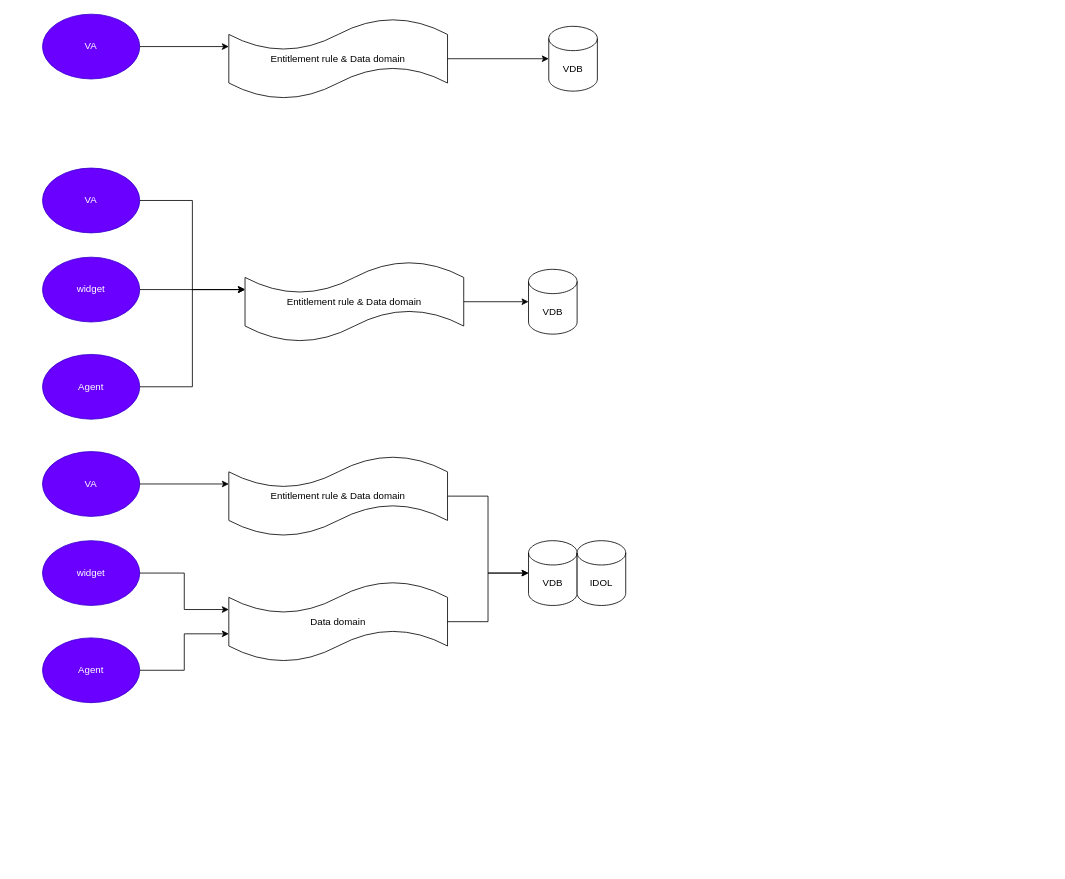
Earlier version of the draw.io diagram LLM/translate.drawio (Ice-YcY/Diagram). Source tidied: cells renumbered, new cells numbered last; positions are measured from the earlier drawing's top-left corner, leaving out a move shared by most shapes. Both pictures are drawn from the tidied source at 81%, with x=0, y=0 at pixel (42, 14).
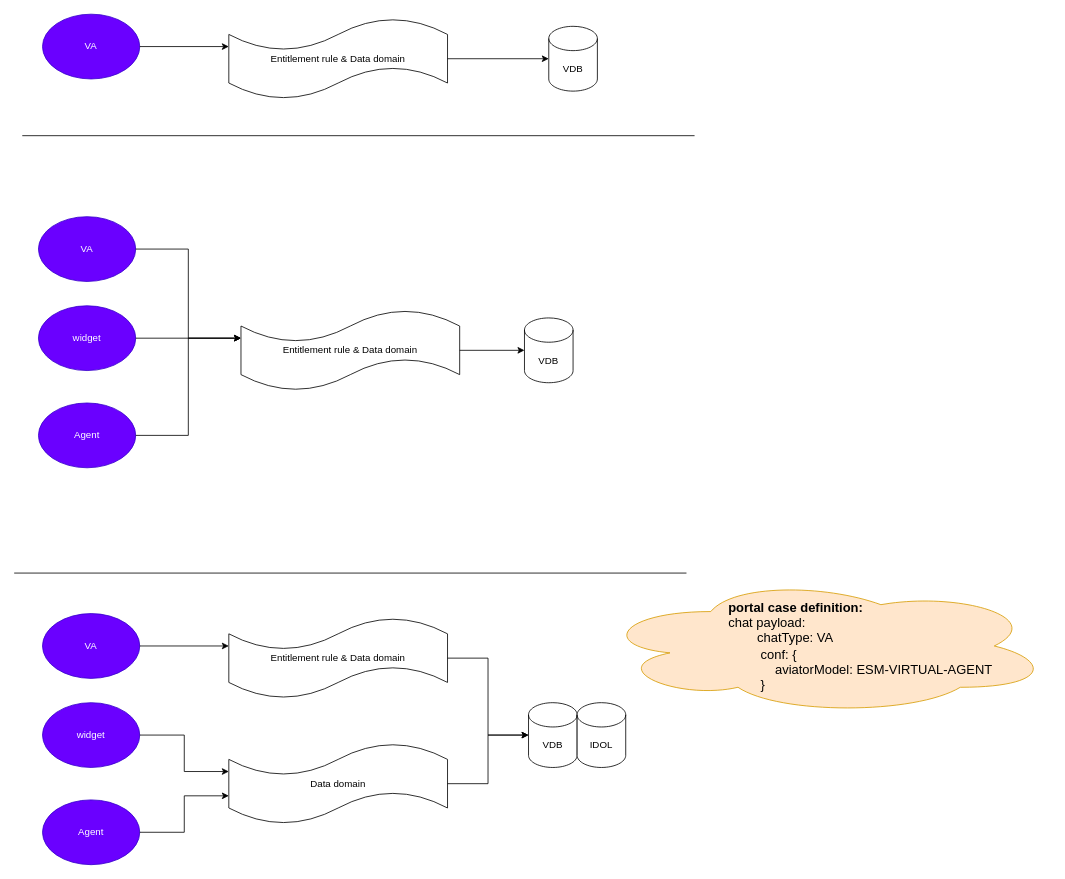
The same diagram, later.

The edit, as a diff of the source:
```diff
@@
     <mxCell id="2" value="VA" style="ellipse;whiteSpace=wrap;html=1;fillColor=#6a00ff;fontColor=#ffffff;strokeColor=#3700CC;" parent="1" vertex="1">
-      <mxGeometry y="540" width="120" height="80" as="geometry" />
+      <mxGeometry y="740" width="120" height="80" as="geometry" />
     </mxCell>
     <mxCell id="3" value="widget" style="ellipse;whiteSpace=wrap;html=1;fillColor=#6a00ff;fontColor=#ffffff;strokeColor=#3700CC;" parent="1" vertex="1">
-      <mxGeometry y="650" width="120" height="80" as="geometry" />
+      <mxGeometry y="850" width="120" height="80" as="geometry" />
     </mxCell>
     <mxCell id="4" value="Agent" style="ellipse;whiteSpace=wrap;html=1;fillColor=#6a00ff;fontColor=#ffffff;strokeColor=#3700CC;" parent="1" vertex="1">
-      <mxGeometry y="770" width="120" height="80" as="geometry" />
+      <mxGeometry y="970" width="120" height="80" as="geometry" />
     </mxCell>
     <mxCell id="5" value="Entitlement rule &amp;amp; Data domain" style="shape=tape;whiteSpace=wrap;html=1;" parent="1" vertex="1">
-      <mxGeometry x="230" y="545" width="270" height="100" as="geometry" />
+      <mxGeometry x="230" y="745" width="270" height="100" as="geometry" />
     </mxCell>
     <mxCell id="6" value="VDB" style="shape=cylinder3;whiteSpace=wrap;html=1;boundedLbl=1;backgroundOutline=1;size=15;" parent="1" vertex="1">
-      <mxGeometry x="600" y="650" width="60" height="80" as="geometry" />
+      <mxGeometry x="600" y="850" width="60" height="80" as="geometry" />
     </mxCell>
@@
     <mxCell id="11" value="Data domain" style="shape=tape;whiteSpace=wrap;html=1;" parent="1" vertex="1">
-      <mxGeometry x="230" y="700" width="270" height="100" as="geometry" />
+      <mxGeometry x="230" y="900" width="270" height="100" as="geometry" />
     </mxCell>
@@
     <mxCell id="13" value="IDOL" style="shape=cylinder3;whiteSpace=wrap;html=1;boundedLbl=1;backgroundOutline=1;size=15;" parent="1" vertex="1">
-      <mxGeometry x="660" y="650" width="60" height="80" as="geometry" />
+      <mxGeometry x="660" y="850" width="60" height="80" as="geometry" />
     </mxCell>
     <mxCell id="14" value="VA" style="ellipse;whiteSpace=wrap;html=1;fillColor=#6a00ff;fontColor=#ffffff;strokeColor=#3700CC;" parent="1" vertex="1">
-      <mxGeometry y="190" width="120" height="80" as="geometry" />
+      <mxGeometry x="-5" y="250" width="120" height="80" as="geometry" />
     </mxCell>
     <mxCell id="15" value="widget" style="ellipse;whiteSpace=wrap;html=1;fillColor=#6a00ff;fontColor=#ffffff;strokeColor=#3700CC;" parent="1" vertex="1">
-      <mxGeometry y="300" width="120" height="80" as="geometry" />
+      <mxGeometry x="-5" y="360" width="120" height="80" as="geometry" />
     </mxCell>
     <mxCell id="16" value="Agent" style="ellipse;whiteSpace=wrap;html=1;fillColor=#6a00ff;fontColor=#ffffff;strokeColor=#3700CC;" parent="1" vertex="1">
-      <mxGeometry y="420" width="120" height="80" as="geometry" />
+      <mxGeometry x="-5" y="480" width="120" height="80" as="geometry" />
     </mxCell>
     <mxCell id="17" value="Entitlement rule &amp;amp; Data domain" style="shape=tape;whiteSpace=wrap;html=1;" parent="1" vertex="1">
-      <mxGeometry x="250" y="305" width="270" height="100" as="geometry" />
+      <mxGeometry x="245" y="365" width="270" height="100" as="geometry" />
     </mxCell>
     <mxCell id="18" value="VDB" style="shape=cylinder3;whiteSpace=wrap;html=1;boundedLbl=1;backgroundOutline=1;size=15;" parent="1" vertex="1">
-      <mxGeometry x="600" y="315" width="60" height="80" as="geometry" />
+      <mxGeometry x="595" y="375" width="60" height="80" as="geometry" />
     </mxCell>
@@
+    <mxCell id="28" style="endArrow=none;html=1;rounded=0;" parent="1" edge="1">
+      <mxGeometry relative="1" as="geometry">
+        <mxPoint x="-25" y="150" as="sourcePoint" />
+        <mxPoint x="805" y="150" as="targetPoint" />
+      </mxGeometry>
+    </mxCell>
+    <mxCell id="29" style="endArrow=none;html=1;rounded=0;" parent="1" edge="1">
+      <mxGeometry relative="1" as="geometry">
+        <mxPoint x="-35" y="690" as="sourcePoint" />
+        <mxPoint x="795" y="690" as="targetPoint" />
+      </mxGeometry>
+    </mxCell>
+    <mxCell id="30" value="&lt;blockquote style=&quot;margin: 0 0 0 40px; border: none; padding: 0px;&quot;&gt;&lt;blockquote style=&quot;margin: 0px 0px 0px 40px; border: none; padding: 0px; font-size: 16px;&quot;&gt;&lt;blockquote style=&quot;margin: 0 0 0 40px; border: none; padding: 0px;&quot;&gt;&lt;blockquote style=&quot;margin: 0 0 0 40px; border: none; padding: 0px;&quot;&gt;&lt;b&gt;portal case definition:&lt;/b&gt;&lt;/blockquote&gt;&lt;/blockquote&gt;&lt;/blockquote&gt;&lt;blockquote style=&quot;margin: 0px 0px 0px 40px; border: none; padding: 0px; font-size: 16px;&quot;&gt;&lt;blockquote style=&quot;margin: 0 0 0 40px; border: none; padding: 0px;&quot;&gt;&lt;blockquote style=&quot;margin: 0 0 0 40px; border: none; padding: 0px;&quot;&gt;&lt;div&gt;&lt;span style=&quot;&quot;&gt;chat payload:&lt;/span&gt;&lt;/div&gt;&lt;/blockquote&gt;&lt;/blockquote&gt;&lt;/blockquote&gt;&lt;blockquote style=&quot;margin: 0px 0px 0px 40px; border: none; padding: 0px; font-size: 16px;&quot;&gt;&lt;blockquote style=&quot;margin: 0 0 0 40px; border: none; padding: 0px;&quot;&gt;&lt;blockquote style=&quot;margin: 0 0 0 40px; border: none; padding: 0px;&quot;&gt;&lt;div&gt;&lt;span style=&quot;&quot;&gt;&amp;nbsp;&amp;nbsp;&amp;nbsp;&amp;nbsp;&lt;span style=&quot;white-space: pre;&quot;&gt;&#9;&lt;/span&gt;chatType: VA&lt;/span&gt;&lt;/div&gt;&lt;/blockquote&gt;&lt;/blockquote&gt;&lt;/blockquote&gt;&lt;blockquote style=&quot;margin: 0 0 0 40px; border: none; padding: 0px;&quot;&gt;&lt;blockquote style=&quot;margin: 0px 0px 0px 40px; border: none; padding: 0px; font-size: 16px;&quot;&gt;&lt;blockquote style=&quot;margin: 0 0 0 40px; border: none; padding: 0px;&quot;&gt;&lt;blockquote style=&quot;margin: 0 0 0 40px; border: none; padding: 0px;&quot;&gt;&lt;div&gt;&lt;span style=&quot;&quot;&gt;conf: {&lt;/span&gt;&lt;/div&gt;&lt;/blockquote&gt;&lt;/blockquote&gt;&lt;/blockquote&gt;&lt;/blockquote&gt;&lt;blockquote style=&quot;margin: 0 0 0 40px; border: none; padding: 0px;&quot;&gt;&lt;blockquote style=&quot;margin: 0px 0px 0px 40px; border: none; padding: 0px; font-size: 16px;&quot;&gt;&lt;blockquote style=&quot;margin: 0 0 0 40px; border: none; padding: 0px;&quot;&gt;&lt;blockquote style=&quot;margin: 0 0 0 40px; border: none; padding: 0px;&quot;&gt;&lt;div&gt;&lt;span style=&quot;&quot;&gt;&amp;nbsp;&amp;nbsp;&amp;nbsp;&amp;nbsp;aviatorModel: ESM-VIRTUAL-AGENT&amp;nbsp;&amp;nbsp;&amp;nbsp;&amp;nbsp;&lt;/span&gt;&lt;/div&gt;&lt;/blockquote&gt;&lt;/blockquote&gt;&lt;/blockquote&gt;&lt;/blockquote&gt;&lt;blockquote style=&quot;margin: 0 0 0 40px; border: none; padding: 0px;&quot;&gt;&lt;blockquote style=&quot;margin: 0px 0px 0px 40px; border: none; padding: 0px; font-size: 16px;&quot;&gt;&lt;blockquote style=&quot;margin: 0 0 0 40px; border: none; padding: 0px;&quot;&gt;&lt;blockquote style=&quot;margin: 0 0 0 40px; border: none; padding: 0px;&quot;&gt;&lt;div&gt;&lt;span style=&quot;&quot;&gt;}&lt;/span&gt;&lt;/div&gt;&lt;/blockquote&gt;&lt;/blockquote&gt;&lt;/blockquote&gt;&lt;/blockquote&gt;&lt;/blockquote&gt;" style="ellipse;shape=cloud;whiteSpace=wrap;html=1;align=left;fillColor=#ffe6cc;strokeColor=#d79b00;" parent="1" vertex="1">
+      <mxGeometry x="685" y="695" width="560" height="170" as="geometry" />
+    </mxCell>
```
